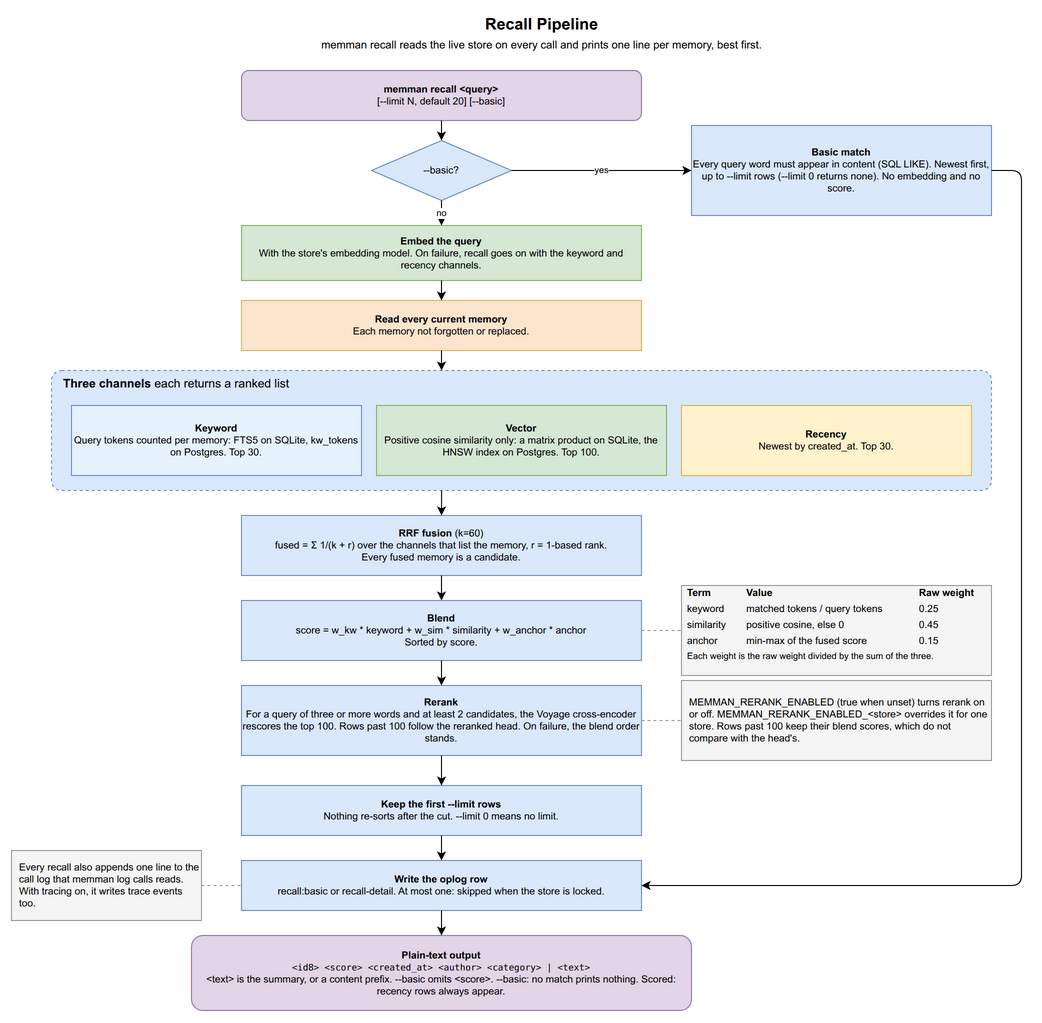
Before: docs/diagrams/05-recall-pipeline.drawio.png, a diagram exported from draw.io (bissli/memman). Source tidied: cells renumbered, new cells last; positions are measured from the earlier drawing's top-left corner, leaving out a move shared by most shapes.
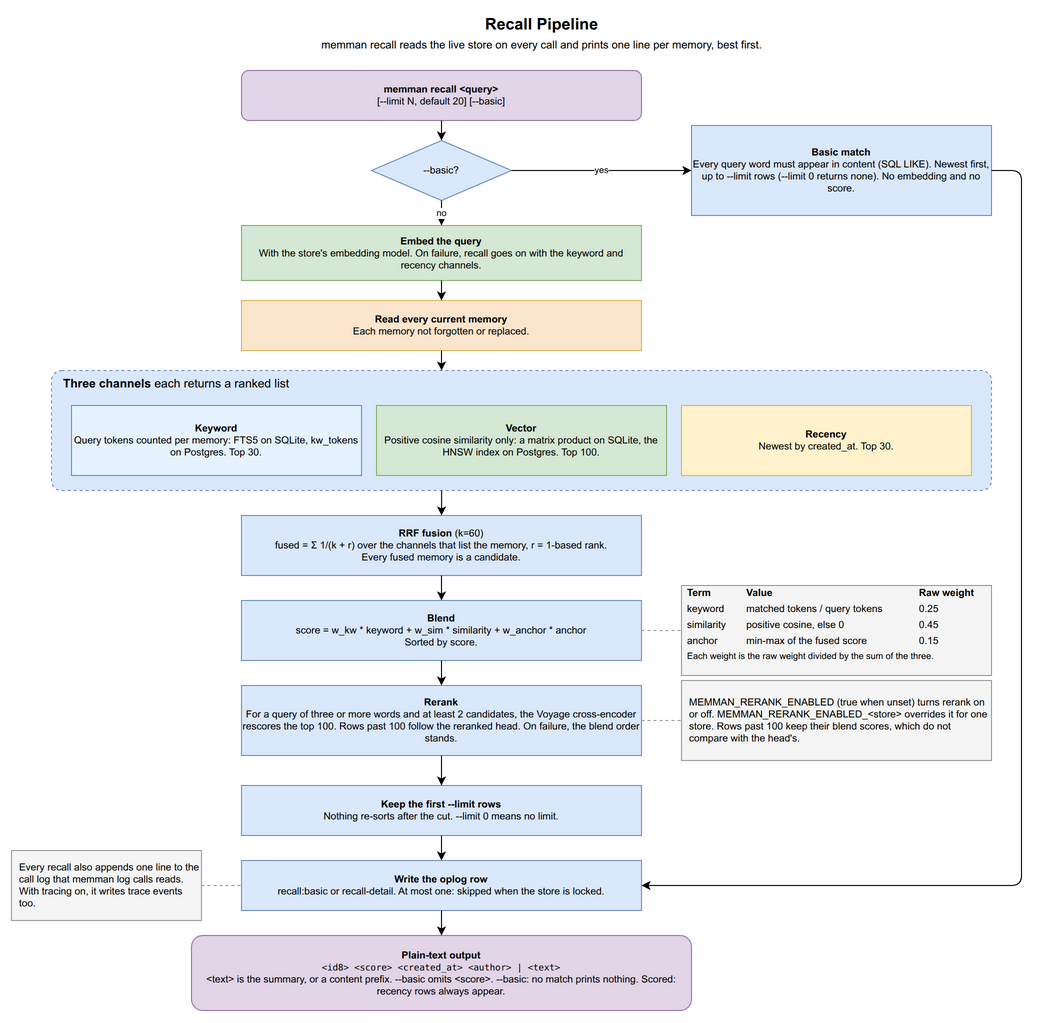
Above is the later version.

Commit message:
Clean up after the category removal and delete the experiments tree

The edit, as a diff of the source:
```diff
@@ -56,7 +56,7 @@
     <mxCell id="19" value="Every recall also appends one line to the call log that memman log calls reads. With tracing on, it writes trace events too." style="rounded=0;whiteSpace=wrap;html=1;fillColor=#f5f5f5;strokeColor=#999999;fontSize=10;align=left;spacingLeft=6;" parent="1" vertex="1">
       <mxGeometry y="840" width="190" height="70" as="geometry" />
     </mxCell>
-    <mxCell id="20" value="&lt;b&gt;Plain-text output&lt;/b&gt;&lt;br&gt;&lt;font style=&quot;font-family:monospace;font-size:9px&quot;&gt;&amp;lt;id8&amp;gt; &amp;lt;score&amp;gt; &amp;lt;created_at&amp;gt; &amp;lt;author&amp;gt; &amp;lt;category&amp;gt; | &amp;lt;text&amp;gt;&lt;/font&gt;&lt;br&gt;&amp;lt;text&amp;gt; is the summary, or a content prefix. --basic omits &amp;lt;score&amp;gt;. --basic: no match prints nothing. Scored: recency rows always appear." style="rounded=1;whiteSpace=wrap;html=1;fillColor=#e1d5e7;strokeColor=#9673a6;fontSize=10;" parent="1" vertex="1">
+    <mxCell id="20" value="&lt;b&gt;Plain-text output&lt;/b&gt;&lt;br&gt;&lt;font style=&quot;font-family:monospace;font-size:9px&quot;&gt;&amp;lt;id8&amp;gt; &amp;lt;score&amp;gt; &amp;lt;created_at&amp;gt; &amp;lt;author&amp;gt; | &amp;lt;text&amp;gt;&lt;/font&gt;&lt;br&gt;&amp;lt;text&amp;gt; is the summary, or a content prefix. --basic omits &amp;lt;score&amp;gt;. --basic: no match prints nothing. Scored: recency rows always appear." style="rounded=1;whiteSpace=wrap;html=1;fillColor=#e1d5e7;strokeColor=#9673a6;fontSize=10;" parent="1" vertex="1">
       <mxGeometry x="180" y="925" width="500" height="75" as="geometry" />
     </mxCell>
     <mxCell id="21" style="edgeStyle=orthogonalEdgeStyle;rounded=1;html=1;" parent="1" edge="1" source="3" target="4">
```
